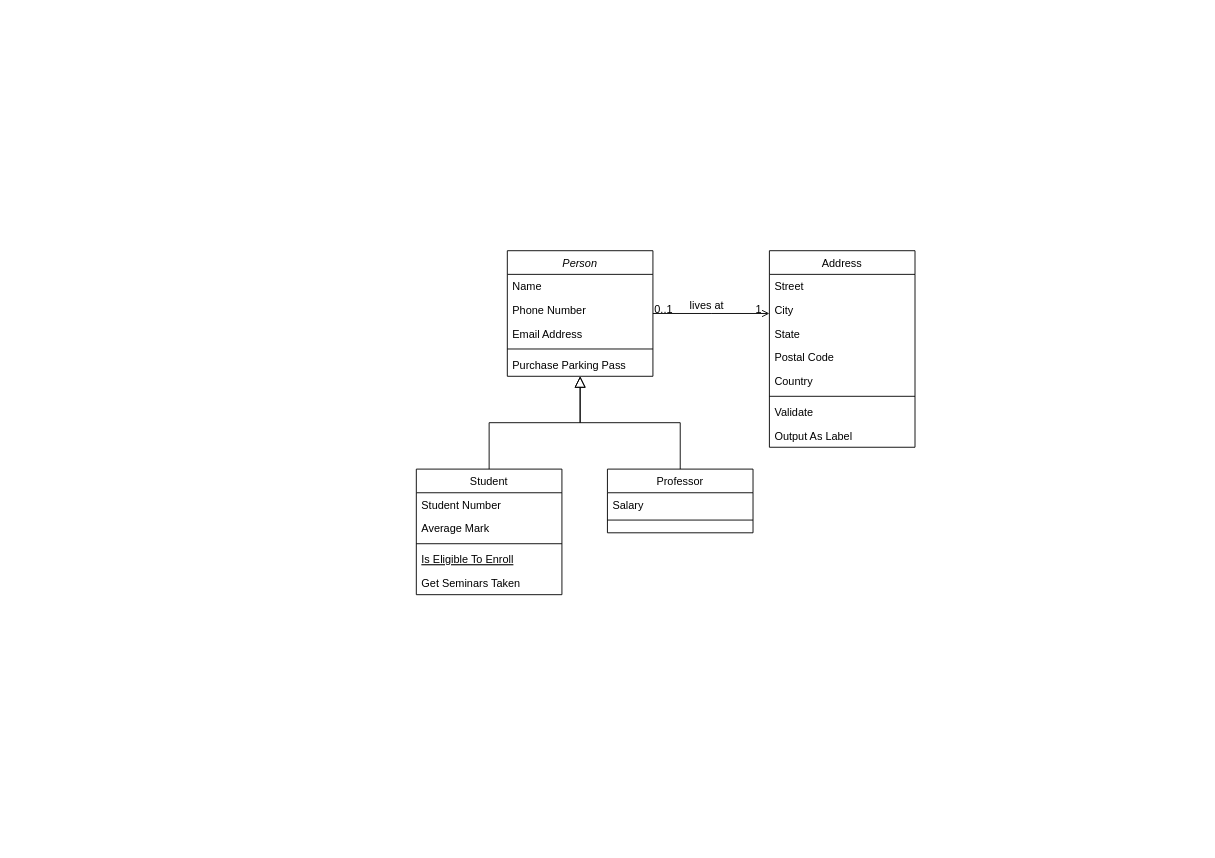
Earlier version of the draw.io diagram BinaryTreeUMLDiagram.drawio (GabrielCevallos/DataBase). Source tidied: cells renumbered, new cells numbered last; positions are measured from the earlier drawing's top-left corner, leaving out a move shared by most shapes. Both pictures are drawn from the tidied source at 91%, with x=0, y=0 at pixel (416, 250).
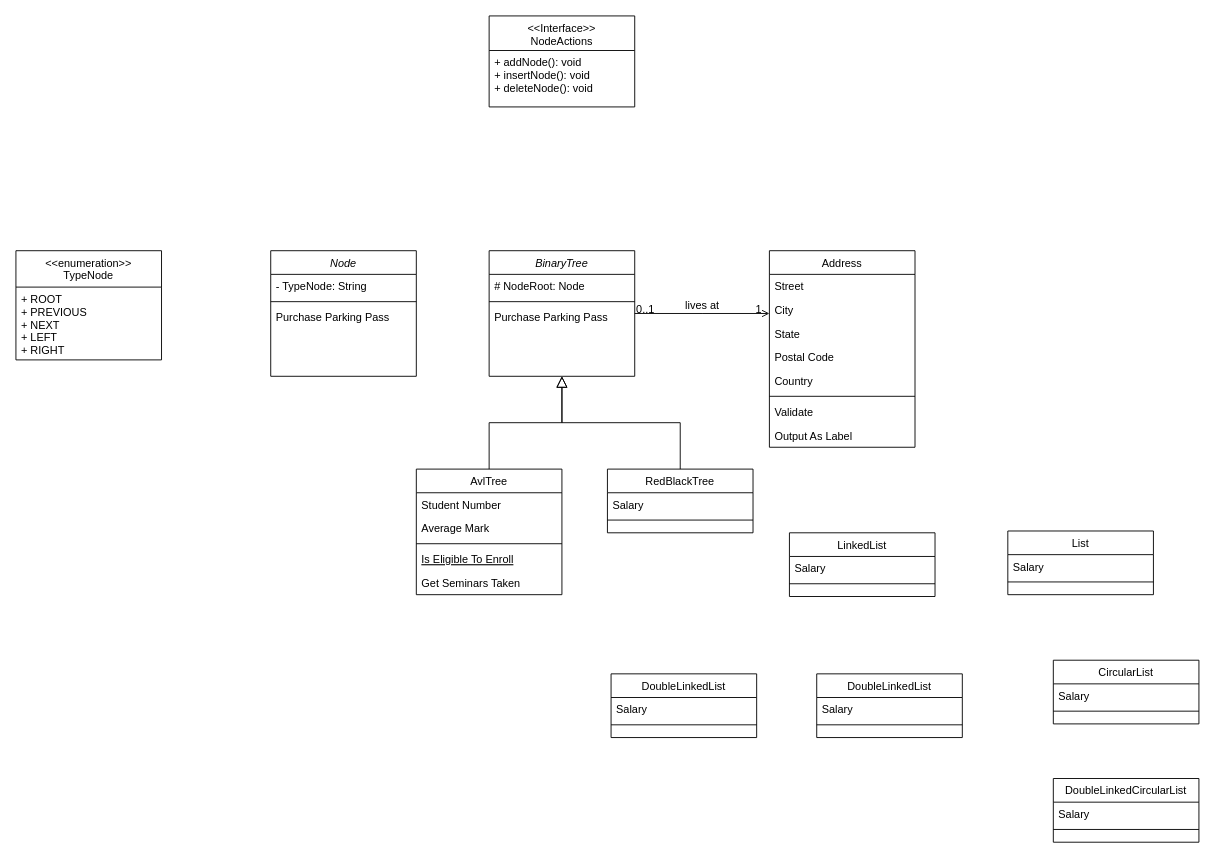
The same page after the edit.

Diff of the diagram source:
```diff
@@
-    <mxCell id="2" value="Person" style="swimlane;fontStyle=2;align=center;verticalAlign=top;horizontal=1;startSize=26;rounded=0;shadow=0;strokeWidth=1;" parent="1" vertex="1">
-      <mxGeometry x="100" width="160" height="138" as="geometry" />
+    <mxCell id="2" value="BinaryTree" style="swimlane;fontStyle=2;align=center;verticalAlign=top;horizontal=1;startSize=26;rounded=0;shadow=0;strokeWidth=1;" parent="1" vertex="1">
+      <mxGeometry x="80" width="160" height="138" as="geometry" />
     </mxCell>
-    <mxCell id="3" value="Name" style="text;align=left;verticalAlign=top;spacingLeft=4;spacingRight=4;overflow=hidden;" parent="2" vertex="1">
+    <mxCell id="3" value="# NodeRoot: Node" style="text;align=left;verticalAlign=top;spacingLeft=4;spacingRight=4;overflow=hidden;" parent="2" vertex="1">
       <mxGeometry y="26" width="160" height="26" as="geometry" />
     </mxCell>
-    <mxCell id="4" value="Phone Number" style="text;align=left;verticalAlign=top;spacingLeft=4;spacingRight=4;overflow=hidden;rounded=0;shadow=0;html=0;" parent="2" vertex="1">
-      <mxGeometry y="52" width="160" height="26" as="geometry" />
-    </mxCell>
-    <mxCell id="5" value="Email Address" style="text;align=left;verticalAlign=top;spacingLeft=4;spacingRight=4;overflow=hidden;rounded=0;shadow=0;html=0;" parent="2" vertex="1">
-      <mxGeometry y="78" width="160" height="26" as="geometry" />
-    </mxCell>
     <mxCell id="6" style="line;html=1;strokeWidth=1;align=left;verticalAlign=middle;spacingTop=-1;spacingLeft=3;spacingRight=3;labelPosition=right;" parent="2" vertex="1">
-      <mxGeometry y="104" width="160" height="8" as="geometry" />
+      <mxGeometry y="52" width="160" height="8" as="geometry" />
     </mxCell>
     <mxCell id="7" value="Purchase Parking Pass" style="text;align=left;verticalAlign=top;spacingLeft=4;spacingRight=4;overflow=hidden;" parent="2" vertex="1">
-      <mxGeometry y="112" width="160" height="26" as="geometry" />
+      <mxGeometry y="60" width="160" height="26" as="geometry" />
     </mxCell>
-    <mxCell id="8" value="Student" style="swimlane;fontStyle=0;align=center;verticalAlign=top;horizontal=1;startSize=26;rounded=0;shadow=0;strokeWidth=1;" parent="1" vertex="1">
+    <mxCell id="8" value="AvlTree" style="swimlane;fontStyle=0;align=center;verticalAlign=top;horizontal=1;startSize=26;rounded=0;shadow=0;strokeWidth=1;" parent="1" vertex="1">
       <mxGeometry y="240" width="160" height="138" as="geometry" />
     </mxCell>
@@
-    <mxCell id="15" value="Professor" style="swimlane;fontStyle=0;align=center;verticalAlign=top;horizontal=1;startSize=26;rounded=0;shadow=0;strokeWidth=1;" parent="1" vertex="1">
+    <mxCell id="15" value="RedBlackTree" style="swimlane;fontStyle=0;align=center;verticalAlign=top;horizontal=1;startSize=26;rounded=0;shadow=0;strokeWidth=1;" parent="1" vertex="1">
       <mxGeometry x="210" y="240" width="160" height="70" as="geometry" />
     </mxCell>
@@
+    <mxCell id="32" value="Node" style="swimlane;fontStyle=2;align=center;verticalAlign=top;horizontal=1;startSize=26;rounded=0;shadow=0;strokeWidth=1;" parent="1" vertex="1">
+      <mxGeometry x="-160" width="160" height="138" as="geometry" />
+    </mxCell>
+    <mxCell id="33" value="- TypeNode: String" style="text;align=left;verticalAlign=top;spacingLeft=4;spacingRight=4;overflow=hidden;" parent="32" vertex="1">
+      <mxGeometry y="26" width="160" height="26" as="geometry" />
+    </mxCell>
+    <mxCell id="34" style="line;html=1;strokeWidth=1;align=left;verticalAlign=middle;spacingTop=-1;spacingLeft=3;spacingRight=3;labelPosition=right;" parent="32" vertex="1">
+      <mxGeometry y="52" width="160" height="8" as="geometry" />
+    </mxCell>
+    <mxCell id="35" value="Purchase Parking Pass" style="text;align=left;verticalAlign=top;spacingLeft=4;spacingRight=4;overflow=hidden;" parent="32" vertex="1">
+      <mxGeometry y="60" width="160" height="26" as="geometry" />
+    </mxCell>
+    <mxCell id="36" value="&lt;&lt;enumeration&gt;&gt;&#10;TypeNode" style="swimlane;fontStyle=0;align=center;verticalAlign=top;horizontal=1;startSize=40;rounded=0;shadow=0;strokeWidth=1;" parent="1" vertex="1">
+      <mxGeometry x="-440" width="160" height="120" as="geometry" />
+    </mxCell>
+    <mxCell id="37" value="+ ROOT&#10;+ PREVIOUS&#10;+ NEXT&#10;+ LEFT&#10;+ RIGHT" style="text;align=left;verticalAlign=top;spacingLeft=4;spacingRight=4;overflow=hidden;" parent="36" vertex="1">
+      <mxGeometry y="40" width="160" height="80" as="geometry" />
+    </mxCell>
+    <mxCell id="38" value="&lt;&lt;Interface&gt;&gt;&#10;NodeActions" style="swimlane;fontStyle=0;align=center;verticalAlign=top;horizontal=1;startSize=38;rounded=0;shadow=0;strokeWidth=1;" parent="1" vertex="1">
+      <mxGeometry x="80" y="-258" width="160" height="100" as="geometry" />
+    </mxCell>
+    <mxCell id="39" value="+ addNode(): void&#10;+ insertNode(): void&#10;+ deleteNode(): void" style="text;align=left;verticalAlign=top;spacingLeft=4;spacingRight=4;overflow=hidden;" parent="38" vertex="1">
+      <mxGeometry y="38" width="160" height="62" as="geometry" />
+    </mxCell>
+    <mxCell id="40" value="LinkedList" style="swimlane;fontStyle=0;align=center;verticalAlign=top;horizontal=1;startSize=26;rounded=0;shadow=0;strokeWidth=1;" parent="1" vertex="1">
+      <mxGeometry x="410" y="310" width="160" height="70" as="geometry" />
+    </mxCell>
+    <mxCell id="41" value="Salary" style="text;align=left;verticalAlign=top;spacingLeft=4;spacingRight=4;overflow=hidden;" parent="40" vertex="1">
+      <mxGeometry y="26" width="160" height="26" as="geometry" />
+    </mxCell>
+    <mxCell id="42" style="line;html=1;strokeWidth=1;align=left;verticalAlign=middle;spacingTop=-1;spacingLeft=3;spacingRight=3;labelPosition=right;" parent="40" vertex="1">
+      <mxGeometry y="52" width="160" height="8" as="geometry" />
+    </mxCell>
+    <mxCell id="43" value="DoubleLinkedList" style="swimlane;fontStyle=0;align=center;verticalAlign=top;horizontal=1;startSize=26;rounded=0;shadow=0;strokeWidth=1;" parent="1" vertex="1">
+      <mxGeometry x="214" y="465" width="160" height="70" as="geometry" />
+    </mxCell>
+    <mxCell id="44" value="Salary" style="text;align=left;verticalAlign=top;spacingLeft=4;spacingRight=4;overflow=hidden;" parent="43" vertex="1">
+      <mxGeometry y="26" width="160" height="26" as="geometry" />
+    </mxCell>
+    <mxCell id="45" style="line;html=1;strokeWidth=1;align=left;verticalAlign=middle;spacingTop=-1;spacingLeft=3;spacingRight=3;labelPosition=right;" parent="43" vertex="1">
+      <mxGeometry y="52" width="160" height="8" as="geometry" />
+    </mxCell>
+    <mxCell id="46" value="DoubleLinkedList" style="swimlane;fontStyle=0;align=center;verticalAlign=top;horizontal=1;startSize=26;rounded=0;shadow=0;strokeWidth=1;" parent="1" vertex="1">
+      <mxGeometry x="440" y="465" width="160" height="70" as="geometry" />
+    </mxCell>
+    <mxCell id="47" value="Salary" style="text;align=left;verticalAlign=top;spacingLeft=4;spacingRight=4;overflow=hidden;" parent="46" vertex="1">
+      <mxGeometry y="26" width="160" height="26" as="geometry" />
+    </mxCell>
+    <mxCell id="48" style="line;html=1;strokeWidth=1;align=left;verticalAlign=middle;spacingTop=-1;spacingLeft=3;spacingRight=3;labelPosition=right;" parent="46" vertex="1">
+      <mxGeometry y="52" width="160" height="8" as="geometry" />
+    </mxCell>
+    <mxCell id="49" value="List" style="swimlane;fontStyle=0;align=center;verticalAlign=top;horizontal=1;startSize=26;rounded=0;shadow=0;strokeWidth=1;" parent="1" vertex="1">
+      <mxGeometry x="650" y="308" width="160" height="70" as="geometry" />
+    </mxCell>
+    <mxCell id="50" value="Salary" style="text;align=left;verticalAlign=top;spacingLeft=4;spacingRight=4;overflow=hidden;" parent="49" vertex="1">
+      <mxGeometry y="26" width="160" height="26" as="geometry" />
+    </mxCell>
+    <mxCell id="51" style="line;html=1;strokeWidth=1;align=left;verticalAlign=middle;spacingTop=-1;spacingLeft=3;spacingRight=3;labelPosition=right;" parent="49" vertex="1">
+      <mxGeometry y="52" width="160" height="8" as="geometry" />
+    </mxCell>
+    <mxCell id="52" value="CircularList" style="swimlane;fontStyle=0;align=center;verticalAlign=top;horizontal=1;startSize=26;rounded=0;shadow=0;strokeWidth=1;" parent="1" vertex="1">
+      <mxGeometry x="700" y="450" width="160" height="70" as="geometry" />
+    </mxCell>
+    <mxCell id="53" value="Salary" style="text;align=left;verticalAlign=top;spacingLeft=4;spacingRight=4;overflow=hidden;" parent="52" vertex="1">
+      <mxGeometry y="26" width="160" height="26" as="geometry" />
+    </mxCell>
+    <mxCell id="54" style="line;html=1;strokeWidth=1;align=left;verticalAlign=middle;spacingTop=-1;spacingLeft=3;spacingRight=3;labelPosition=right;" parent="52" vertex="1">
+      <mxGeometry y="52" width="160" height="8" as="geometry" />
+    </mxCell>
+    <mxCell id="55" value="DoubleLinkedCircularList" style="swimlane;fontStyle=0;align=center;verticalAlign=top;horizontal=1;startSize=26;rounded=0;shadow=0;strokeWidth=1;" parent="1" vertex="1">
+      <mxGeometry x="700" y="580" width="160" height="70" as="geometry" />
+    </mxCell>
+    <mxCell id="56" value="Salary" style="text;align=left;verticalAlign=top;spacingLeft=4;spacingRight=4;overflow=hidden;" parent="55" vertex="1">
+      <mxGeometry y="26" width="160" height="26" as="geometry" />
+    </mxCell>
+    <mxCell id="57" style="line;html=1;strokeWidth=1;align=left;verticalAlign=middle;spacingTop=-1;spacingLeft=3;spacingRight=3;labelPosition=right;" parent="55" vertex="1">
+      <mxGeometry y="52" width="160" height="8" as="geometry" />
+    </mxCell>
```
